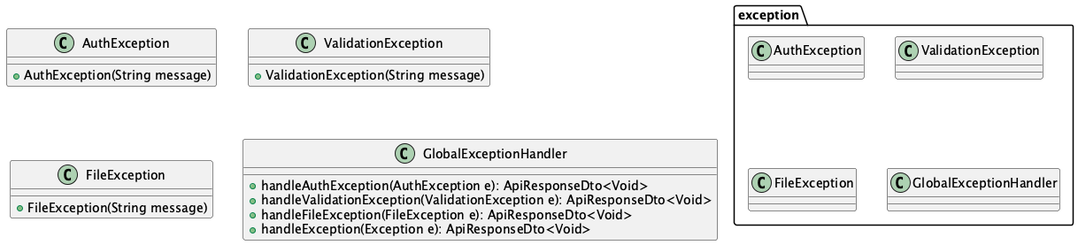
This is uml/img/class/exception.png from tettamasuyama/group-assignment, a PlantUML export, as it was before one commit. The source it was exported from:
```plantuml
@startuml

package "exception" {
  class AuthException
  class ValidationException
  class FileException
  class GlobalExceptionHandler
}

class AuthException {
  + AuthException(String message)
}

class ValidationException {
  + ValidationException(String message)
}

class FileException {
  + FileException(String message)
}

class GlobalExceptionHandler {
  + handleAuthException(AuthException e): ApiResponseDto<Void>
  + handleValidationException(ValidationException e): ApiResponseDto<Void>
  + handleFileException(FileException e): ApiResponseDto<Void>
  + handleException(Exception e): ApiResponseDto<Void>
}

@enduml
```
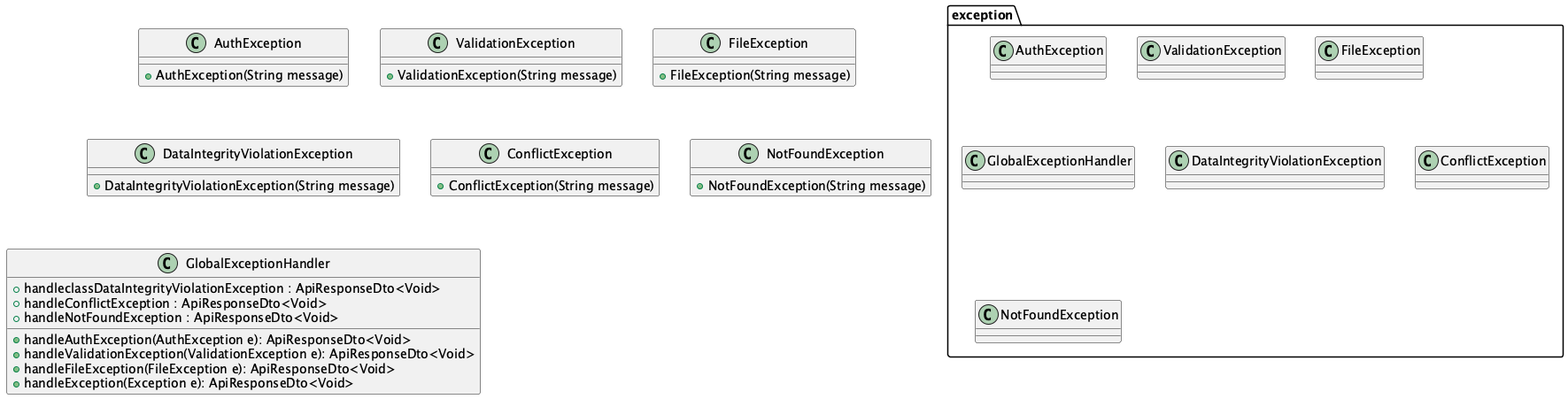
Above is the later version.

The edit, as a diff of the source:
```diff
@@ -5,6 +5,9 @@
   class ValidationException
   class FileException
   class GlobalExceptionHandler
+  class DataIntegrityViolationException
+  class ConflictException
+  class NotFoundException
 }
 
 class AuthException {
@@ -19,11 +22,25 @@
   + FileException(String message)
 }
 
+class DataIntegrityViolationException {
+  + DataIntegrityViolationException(String message)
+}
+
+class ConflictException {
+  + ConflictException(String message)
+}
+
+class NotFoundException {
+  + NotFoundException(String message)
+}
+
 class GlobalExceptionHandler {
   + handleAuthException(AuthException e): ApiResponseDto<Void>
   + handleValidationException(ValidationException e): ApiResponseDto<Void>
   + handleFileException(FileException e): ApiResponseDto<Void>
   + handleException(Exception e): ApiResponseDto<Void>
+  +handleclassDataIntegrityViolationException : ApiResponseDto<Void>
+  + handleConflictException : ApiResponseDto<Void>
+  + handleNotFoundException : ApiResponseDto<Void>
 }
-
 @enduml
```
